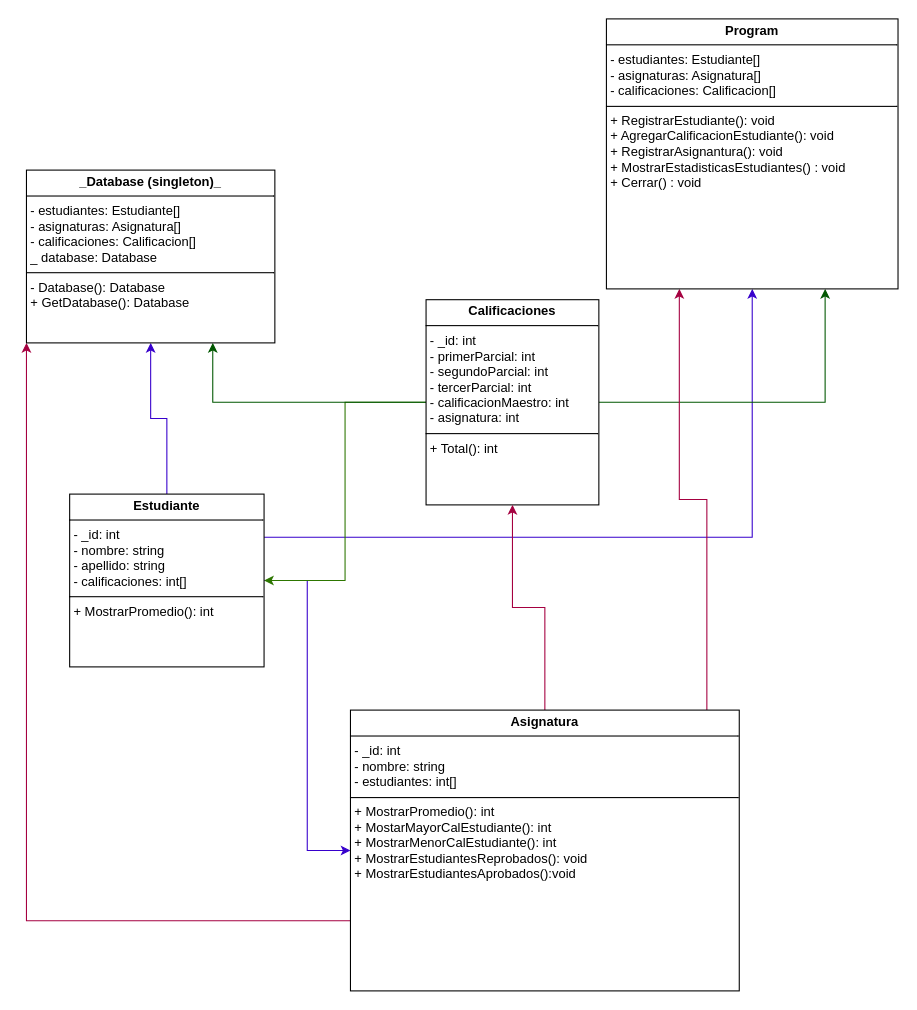
Above: recursos/program structure.drawio in ProgramsAreNotWorking/SEGUNDO-PARCIAL-DESARROLLO-DE-SOFTWARE (draw.io), before the change. Source tidied: cells renumbered, new cells numbered last; positions are measured from the earlier drawing's top-left corner, leaving out a move shared by most shapes. Both pictures are drawn from the tidied source at 108%, with x=0, y=0 at pixel (26, 18).
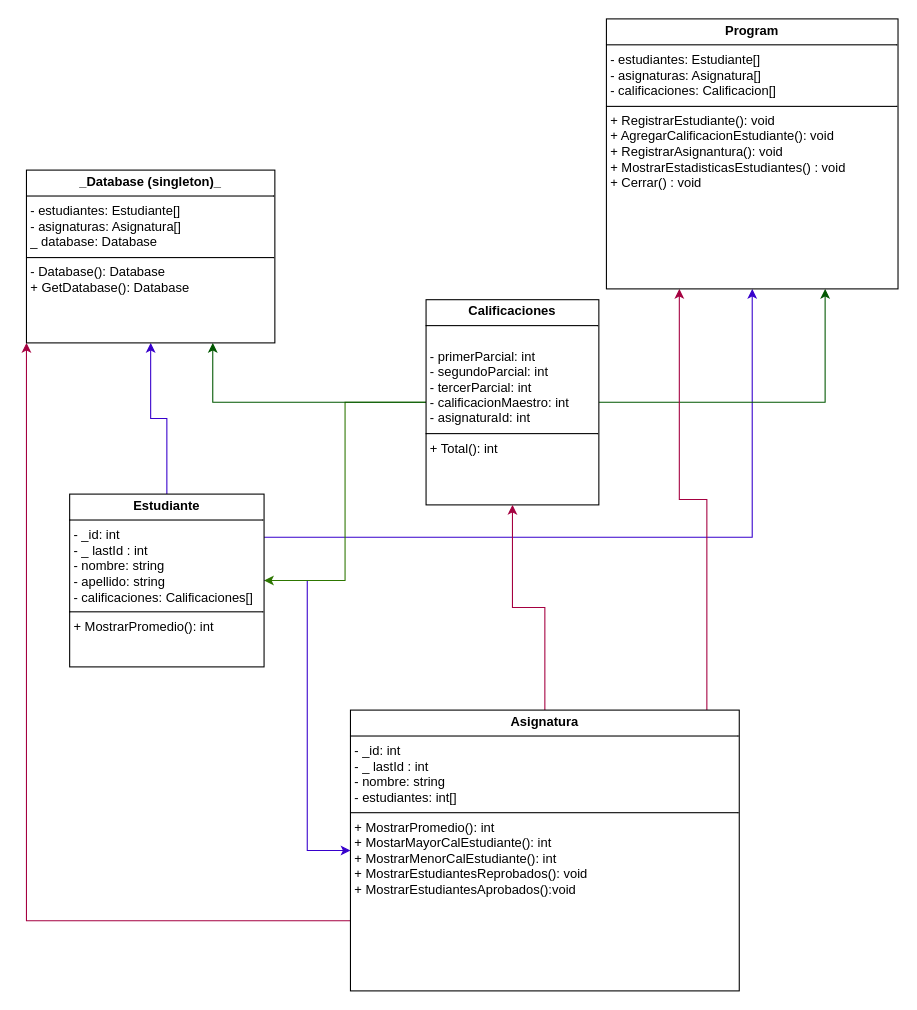
After the change.

Change to the diagram source:
```diff
@@
 <mxGraphModel>
   <root>
     <mxCell id="0" />
     <mxCell id="1" parent="0" />
     <mxCell id="2" style="edgeStyle=orthogonalEdgeStyle;rounded=0;jettySize=auto;html=1;entryX=0;entryY=0.5;entryDx=0;entryDy=0;fillColor=#6a00ff;strokeColor=#3700CC;" parent="1" edge="1" source="5" target="13">
       <mxGeometry relative="1" as="geometry" />
     </mxCell>
     <mxCell id="3" style="edgeStyle=orthogonalEdgeStyle;rounded=0;jettySize=auto;html=1;entryX=0.5;entryY=1;entryDx=0;entryDy=0;exitX=1;exitY=0.25;exitDx=0;exitDy=0;fillColor=#6a00ff;strokeColor=#3700CC;" parent="1" edge="1" source="5" target="14">
       <mxGeometry relative="1" as="geometry" />
     </mxCell>
     <mxCell id="4" style="edgeStyle=orthogonalEdgeStyle;rounded=0;jettySize=auto;html=1;entryX=0.5;entryY=1;entryDx=0;entryDy=0;fillColor=#6a00ff;strokeColor=#3700CC;" parent="1" edge="1" source="5" target="15">
       <mxGeometry relative="1" as="geometry" />
     </mxCell>
-    <mxCell id="5" value="&lt;p style=&quot;margin:0px;margin-top:4px;text-align:center;&quot;&gt;&lt;b&gt;Estudiante&lt;/b&gt;&lt;/p&gt;&lt;hr size=&quot;1&quot; style=&quot;border-style:solid;&quot;&gt;&lt;p style=&quot;margin:0px;margin-left:4px;&quot;&gt;- _id: int&lt;br&gt;- nombre: string&lt;/p&gt;&lt;p style=&quot;margin:0px;margin-left:4px;&quot;&gt;- apellido: string&lt;/p&gt;&lt;p style=&quot;margin:0px;margin-left:4px;&quot;&gt;- calificaciones: int[]&lt;br&gt;&lt;/p&gt;&lt;hr size=&quot;1&quot; style=&quot;border-style:solid;&quot;&gt;&lt;p style=&quot;margin:0px;margin-left:4px;&quot;&gt;+ MostrarPromedio(): int&lt;/p&gt;" style="verticalAlign=top;align=left;overflow=fill;html=1;whiteSpace=wrap;" parent="1" vertex="1">
+    <mxCell id="5" value="&lt;p style=&quot;margin:0px;margin-top:4px;text-align:center;&quot;&gt;&lt;b&gt;Estudiante&lt;/b&gt;&lt;/p&gt;&lt;hr size=&quot;1&quot; style=&quot;border-style:solid;&quot;&gt;&lt;p style=&quot;margin:0px;margin-left:4px;&quot;&gt;- _id: int&lt;/p&gt;&lt;p style=&quot;margin:0px;margin-left:4px;&quot;&gt;- _ lastId : int&lt;br&gt;- nombre: string&lt;/p&gt;&lt;p style=&quot;margin:0px;margin-left:4px;&quot;&gt;- apellido: string&lt;/p&gt;&lt;p style=&quot;margin:0px;margin-left:4px;&quot;&gt;- calificaciones: Calificaciones[]&lt;br&gt;&lt;/p&gt;&lt;hr size=&quot;1&quot; style=&quot;border-style:solid;&quot;&gt;&lt;p style=&quot;margin:0px;margin-left:4px;&quot;&gt;+ MostrarPromedio(): int&lt;/p&gt;" style="verticalAlign=top;align=left;overflow=fill;html=1;whiteSpace=wrap;" parent="1" vertex="1">
       <mxGeometry x="40" y="440" width="180" height="160" as="geometry" />
     </mxCell>
     <mxCell id="6" style="edgeStyle=orthogonalEdgeStyle;rounded=0;jettySize=auto;html=1;entryX=1;entryY=0.5;entryDx=0;entryDy=0;fillColor=#60a917;strokeColor=#2D7600;" parent="1" edge="1" source="9" target="5">
       <mxGeometry relative="1" as="geometry" />
     </mxCell>
     <mxCell id="7" style="edgeStyle=orthogonalEdgeStyle;rounded=0;jettySize=auto;html=1;entryX=0.75;entryY=1;entryDx=0;entryDy=0;fillColor=#008a00;strokeColor=#005700;" parent="1" edge="1" source="9" target="14">
       <mxGeometry relative="1" as="geometry" />
     </mxCell>
     <mxCell id="8" style="edgeStyle=orthogonalEdgeStyle;rounded=0;jettySize=auto;html=1;entryX=0.75;entryY=1;entryDx=0;entryDy=0;fillColor=#008a00;strokeColor=#005700;" parent="1" edge="1" source="9" target="15">
       <mxGeometry relative="1" as="geometry" />
     </mxCell>
-    <mxCell id="9" value="&lt;p style=&quot;margin:0px;margin-top:4px;text-align:center;&quot;&gt;&lt;b&gt;Calificaciones&lt;/b&gt;&lt;/p&gt;&lt;hr size=&quot;1&quot; style=&quot;border-style:solid;&quot;&gt;&lt;p style=&quot;margin:0px;margin-left:4px;&quot;&gt;- _id: int&lt;/p&gt;&lt;p style=&quot;margin:0px;margin-left:4px;&quot;&gt;- primerParcial: int&lt;/p&gt;&lt;p style=&quot;margin:0px;margin-left:4px;&quot;&gt;- segundoParcial: int&lt;/p&gt;&lt;p style=&quot;margin:0px;margin-left:4px;&quot;&gt;- tercerParcial: int&lt;/p&gt;&lt;p style=&quot;margin:0px;margin-left:4px;&quot;&gt;- calificacionMaestro: int&lt;/p&gt;&lt;p style=&quot;margin:0px;margin-left:4px;&quot;&gt;- asignatura: int&lt;/p&gt;&lt;hr size=&quot;1&quot; style=&quot;border-style:solid;&quot;&gt;&lt;p style=&quot;margin:0px;margin-left:4px;&quot;&gt;+ Total(): int&lt;/p&gt;" style="verticalAlign=top;align=left;overflow=fill;html=1;whiteSpace=wrap;" parent="1" vertex="1">
+    <mxCell id="9" value="&lt;p style=&quot;margin:0px;margin-top:4px;text-align:center;&quot;&gt;&lt;b&gt;Calificaciones&lt;/b&gt;&lt;/p&gt;&lt;hr size=&quot;1&quot; style=&quot;border-style:solid;&quot;&gt;&lt;p style=&quot;margin:0px;margin-left:4px;&quot;&gt;&lt;br&gt;&lt;/p&gt;&lt;p style=&quot;margin:0px;margin-left:4px;&quot;&gt;- primerParcial: int&lt;/p&gt;&lt;p style=&quot;margin:0px;margin-left:4px;&quot;&gt;- segundoParcial: int&lt;/p&gt;&lt;p style=&quot;margin:0px;margin-left:4px;&quot;&gt;- tercerParcial: int&lt;/p&gt;&lt;p style=&quot;margin:0px;margin-left:4px;&quot;&gt;- calificacionMaestro: int&lt;/p&gt;&lt;p style=&quot;margin:0px;margin-left:4px;&quot;&gt;- asignaturaId: int&lt;/p&gt;&lt;hr size=&quot;1&quot; style=&quot;border-style:solid;&quot;&gt;&lt;p style=&quot;margin:0px;margin-left:4px;&quot;&gt;+ Total(): int&lt;/p&gt;" style="verticalAlign=top;align=left;overflow=fill;html=1;whiteSpace=wrap;" parent="1" vertex="1">
       <mxGeometry x="370" y="260" width="160" height="190" as="geometry" />
     </mxCell>
     <mxCell id="10" style="edgeStyle=orthogonalEdgeStyle;rounded=0;jettySize=auto;html=1;entryX=0.5;entryY=1;entryDx=0;entryDy=0;fillColor=#d80073;strokeColor=#A50040;" parent="1" edge="1" source="13" target="9">
       <mxGeometry relative="1" as="geometry" />
     </mxCell>
     <mxCell id="11" style="edgeStyle=orthogonalEdgeStyle;rounded=0;jettySize=auto;html=1;entryX=0.25;entryY=1;entryDx=0;entryDy=0;fillColor=#d80073;strokeColor=#A50040;" parent="1" edge="1" source="13" target="14">
       <mxGeometry relative="1" as="geometry">
         <Array as="points">
           <mxPoint x="630" y="445" />
           <mxPoint x="605" y="445" />
         </Array>
       </mxGeometry>
     </mxCell>
     <mxCell id="12" style="edgeStyle=orthogonalEdgeStyle;rounded=0;jettySize=auto;html=1;exitX=0;exitY=0.75;exitDx=0;exitDy=0;entryX=0;entryY=1;entryDx=0;entryDy=0;fillColor=#d80073;strokeColor=#A50040;" parent="1" edge="1" source="13" target="15">
       <mxGeometry relative="1" as="geometry" />
     </mxCell>
-    <mxCell id="13" value="&lt;p style=&quot;margin:0px;margin-top:4px;text-align:center;&quot;&gt;&lt;b&gt;Asignatura&lt;/b&gt;&lt;/p&gt;&lt;hr size=&quot;1&quot; style=&quot;border-style:solid;&quot;&gt;&lt;p style=&quot;margin:0px;margin-left:4px;&quot;&gt;- _id: int&lt;/p&gt;&lt;p style=&quot;margin:0px;margin-left:4px;&quot;&gt;- nombre: string&lt;/p&gt;&lt;p style=&quot;margin:0px;margin-left:4px;&quot;&gt;- estudiantes: int[]&lt;/p&gt;&lt;hr size=&quot;1&quot; style=&quot;border-style:solid;&quot;&gt;&lt;p style=&quot;margin:0px;margin-left:4px;&quot;&gt;+ MostrarPromedio(): int&lt;/p&gt;&lt;p style=&quot;margin:0px;margin-left:4px;&quot;&gt;+ MostarMayorCalEstudiante&lt;span style=&quot;background-color: transparent; color: light-dark(rgb(0, 0, 0), rgb(255, 255, 255));&quot;&gt;(): int&lt;/span&gt;&lt;/p&gt;&lt;p style=&quot;margin:0px;margin-left:4px;&quot;&gt;&lt;span style=&quot;background-color: transparent; color: light-dark(rgb(0, 0, 0), rgb(255, 255, 255));&quot;&gt;+ MostrarMenorCalEstudiante(): int&lt;/span&gt;&lt;/p&gt;&lt;p style=&quot;margin:0px;margin-left:4px;&quot;&gt;&lt;span style=&quot;background-color: transparent; color: light-dark(rgb(0, 0, 0), rgb(255, 255, 255));&quot;&gt;+ MostrarEstudiantesReprobados(): void&lt;/span&gt;&lt;/p&gt;&lt;p style=&quot;margin:0px;margin-left:4px;&quot;&gt;&lt;span style=&quot;background-color: transparent; color: light-dark(rgb(0, 0, 0), rgb(255, 255, 255));&quot;&gt;+ MostrarEstudiantesAprobados():void&amp;nbsp;&lt;/span&gt;&lt;/p&gt;" style="verticalAlign=top;align=left;overflow=fill;html=1;whiteSpace=wrap;" parent="1" vertex="1">
+    <mxCell id="13" value="&lt;p style=&quot;margin:0px;margin-top:4px;text-align:center;&quot;&gt;&lt;b&gt;Asignatura&lt;/b&gt;&lt;/p&gt;&lt;hr size=&quot;1&quot; style=&quot;border-style:solid;&quot;&gt;&lt;p style=&quot;margin:0px;margin-left:4px;&quot;&gt;- _id: int&lt;/p&gt;&lt;p style=&quot;margin:0px;margin-left:4px;&quot;&gt;- _ lastId : int&lt;/p&gt;&lt;p style=&quot;margin:0px;margin-left:4px;&quot;&gt;- nombre: string&lt;/p&gt;&lt;p style=&quot;margin:0px;margin-left:4px;&quot;&gt;- estudiantes: int[]&lt;/p&gt;&lt;hr size=&quot;1&quot; style=&quot;border-style:solid;&quot;&gt;&lt;p style=&quot;margin:0px;margin-left:4px;&quot;&gt;+ MostrarPromedio(): int&lt;/p&gt;&lt;p style=&quot;margin:0px;margin-left:4px;&quot;&gt;+ MostarMayorCalEstudiante&lt;span style=&quot;background-color: transparent; color: light-dark(rgb(0, 0, 0), rgb(255, 255, 255));&quot;&gt;(): int&lt;/span&gt;&lt;/p&gt;&lt;p style=&quot;margin:0px;margin-left:4px;&quot;&gt;&lt;span style=&quot;background-color: transparent; color: light-dark(rgb(0, 0, 0), rgb(255, 255, 255));&quot;&gt;+ MostrarMenorCalEstudiante(): int&lt;/span&gt;&lt;/p&gt;&lt;p style=&quot;margin:0px;margin-left:4px;&quot;&gt;&lt;span style=&quot;background-color: transparent; color: light-dark(rgb(0, 0, 0), rgb(255, 255, 255));&quot;&gt;+ MostrarEstudiantesReprobados(): void&lt;/span&gt;&lt;/p&gt;&lt;p style=&quot;margin:0px;margin-left:4px;&quot;&gt;&lt;span style=&quot;background-color: transparent; color: light-dark(rgb(0, 0, 0), rgb(255, 255, 255));&quot;&gt;+ MostrarEstudiantesAprobados():void&amp;nbsp;&lt;/span&gt;&lt;/p&gt;" style="verticalAlign=top;align=left;overflow=fill;html=1;whiteSpace=wrap;" parent="1" vertex="1">
       <mxGeometry x="300" y="640" width="360" height="260" as="geometry" />
     </mxCell>
     <mxCell id="14" value="&lt;p style=&quot;margin:0px;margin-top:4px;text-align:center;&quot;&gt;&lt;b&gt;Program&lt;/b&gt;&lt;/p&gt;&lt;hr size=&quot;1&quot; style=&quot;border-style:solid;&quot;&gt;&lt;p style=&quot;margin:0px;margin-left:4px;&quot;&gt;- estudiantes: Estudiante[]&lt;/p&gt;&lt;p style=&quot;margin:0px;margin-left:4px;&quot;&gt;- asignaturas: Asignatura[]&lt;/p&gt;&lt;p style=&quot;margin:0px;margin-left:4px;&quot;&gt;- calificaciones: Calificacion[]&amp;nbsp;&amp;nbsp;&lt;/p&gt;&lt;hr size=&quot;1&quot; style=&quot;border-style:solid;&quot;&gt;&lt;p style=&quot;margin:0px;margin-left:4px;&quot;&gt;+ RegistrarEstudiante(): void&lt;/p&gt;&lt;p style=&quot;margin:0px;margin-left:4px;&quot;&gt;+ AgregarCalificacionEstudiante(): void&lt;/p&gt;&lt;p style=&quot;margin:0px;margin-left:4px;&quot;&gt;+ RegistrarAsignantura(): void&lt;/p&gt;&lt;p style=&quot;margin:0px;margin-left:4px;&quot;&gt;+ MostrarEstadisticasEstudiantes() : void&lt;/p&gt;&lt;p style=&quot;margin:0px;margin-left:4px;&quot;&gt;+ Cerrar() : void&lt;/p&gt;" style="verticalAlign=top;align=left;overflow=fill;html=1;whiteSpace=wrap;" parent="1" vertex="1">
       <mxGeometry x="537" width="270" height="250" as="geometry" />
     </mxCell>
-    <mxCell id="15" value="&lt;p style=&quot;margin:0px;margin-top:4px;text-align:center;&quot;&gt;&lt;b&gt;_Database (singleton)_&lt;/b&gt;&lt;/p&gt;&lt;hr size=&quot;1&quot; style=&quot;border-style:solid;&quot;&gt;&lt;p style=&quot;margin: 0px 0px 0px 4px;&quot;&gt;- estudiantes: Estudiante[]&lt;/p&gt;&lt;p style=&quot;margin: 0px 0px 0px 4px;&quot;&gt;- asignaturas: Asignatura[]&lt;/p&gt;&lt;p style=&quot;margin: 0px 0px 0px 4px;&quot;&gt;- calificaciones: Calificacion[]&amp;nbsp;&lt;/p&gt;&lt;p style=&quot;margin: 0px 0px 0px 4px;&quot;&gt;_ database: Database&lt;/p&gt;&lt;hr size=&quot;1&quot; style=&quot;border-style:solid;&quot;&gt;&lt;p style=&quot;margin:0px;margin-left:4px;&quot;&gt;- Database(): Database&lt;/p&gt;&lt;p style=&quot;margin:0px;margin-left:4px;&quot;&gt;+ GetDatabase(): Database&lt;/p&gt;" style="verticalAlign=top;align=left;overflow=fill;html=1;whiteSpace=wrap;" parent="1" vertex="1">
+    <mxCell id="15" value="&lt;p style=&quot;margin:0px;margin-top:4px;text-align:center;&quot;&gt;&lt;b&gt;_Database (singleton)_&lt;/b&gt;&lt;/p&gt;&lt;hr size=&quot;1&quot; style=&quot;border-style:solid;&quot;&gt;&lt;p style=&quot;margin: 0px 0px 0px 4px;&quot;&gt;- estudiantes: Estudiante[]&lt;/p&gt;&lt;p style=&quot;margin: 0px 0px 0px 4px;&quot;&gt;- asignaturas: Asignatura[]&lt;/p&gt;&lt;p style=&quot;margin: 0px 0px 0px 4px;&quot;&gt;_ database: Database&lt;/p&gt;&lt;hr size=&quot;1&quot; style=&quot;border-style:solid;&quot;&gt;&lt;p style=&quot;margin:0px;margin-left:4px;&quot;&gt;- Database(): Database&lt;/p&gt;&lt;p style=&quot;margin:0px;margin-left:4px;&quot;&gt;+ GetDatabase(): Database&lt;/p&gt;" style="verticalAlign=top;align=left;overflow=fill;html=1;whiteSpace=wrap;" parent="1" vertex="1">
       <mxGeometry y="140" width="230" height="160" as="geometry" />
     </mxCell>
   </root>
 </mxGraphModel>
```
